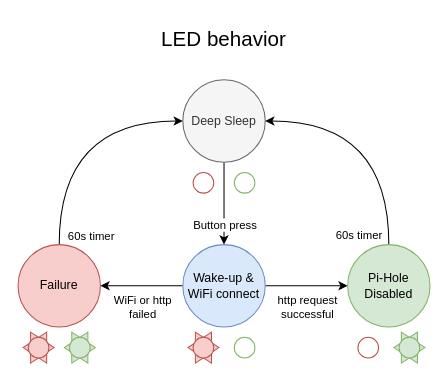
IsaiahGrace/esp-pi-hole-disabler keeps this draw.io diagram as doc/led_behavior.drawio. Above is the earlier version. Source tidied: cells renumbered, new cells numbered last; positions are measured from the earlier drawing's top-left corner, leaving out a move shared by most shapes. Both pictures are drawn from the tidied source at 103%, with x=0, y=0 at pixel (18, 18).
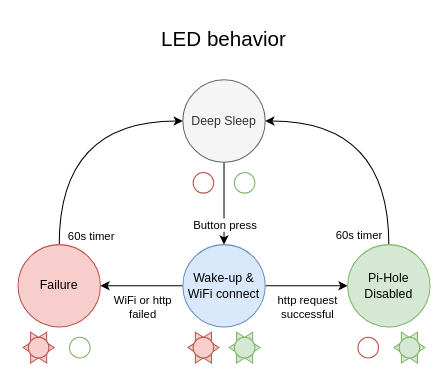
The same diagram, later.

Commit message (it also covers changes not shown here):
Modified LED behavior based on feedback from users.

The edit, as a diff of the source:
```diff
@@
     <mxCell id="2" style="verticalLabelPosition=bottom;verticalAlign=top;html=1;shape=mxgraph.basic.6_point_star;fillColor=#d5e8d4;strokeColor=#82b366;" parent="1" vertex="1">
-      <mxGeometry x="45" y="305" width="30" height="30" as="geometry" />
+      <mxGeometry x="205" y="305" width="30" height="30" as="geometry" />
     </mxCell>
@@
-    <mxCell id="22" style="ellipse;whiteSpace=wrap;html=1;fillColor=none;strokeColor=#82b366;" parent="1" vertex="1">
+    <mxCell id="22" style="ellipse;whiteSpace=wrap;html=1;fillColor=#d5e8d4;strokeColor=#82b366;" parent="1" vertex="1">
       <mxGeometry x="210" y="310" width="20" height="20" as="geometry" />
     </mxCell>
@@
-    <mxCell id="26" style="ellipse;whiteSpace=wrap;html=1;fillColor=#d5e8d4;strokeColor=#82b366;" parent="1" vertex="1">
+    <mxCell id="26" style="ellipse;whiteSpace=wrap;html=1;fillColor=none;strokeColor=#82b366;" parent="1" vertex="1">
       <mxGeometry x="50" y="310" width="20" height="20" as="geometry" />
     </mxCell>
```
